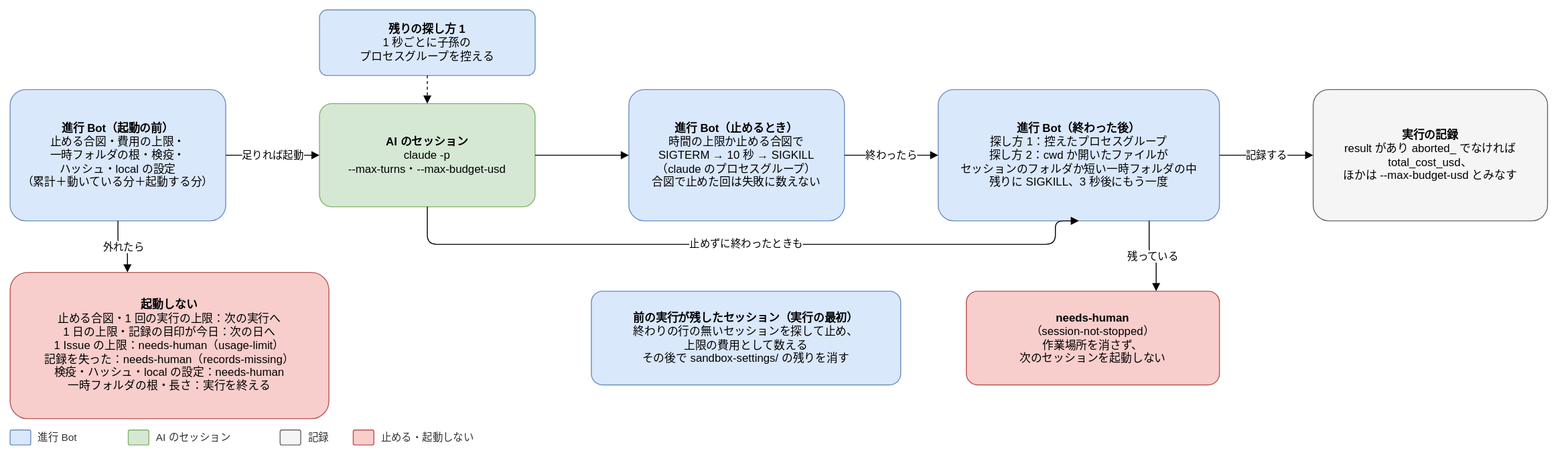
Joymerrevent/dev-autopilot keeps this draw.io diagram as docs/design/basic/diagrams/03-stop-and-usage.drawio.svg. Above is the earlier version. Source tidied: cells renumbered, new cells last; positions are measured from the earlier drawing's top-left corner, leaving out a move shared by most shapes.
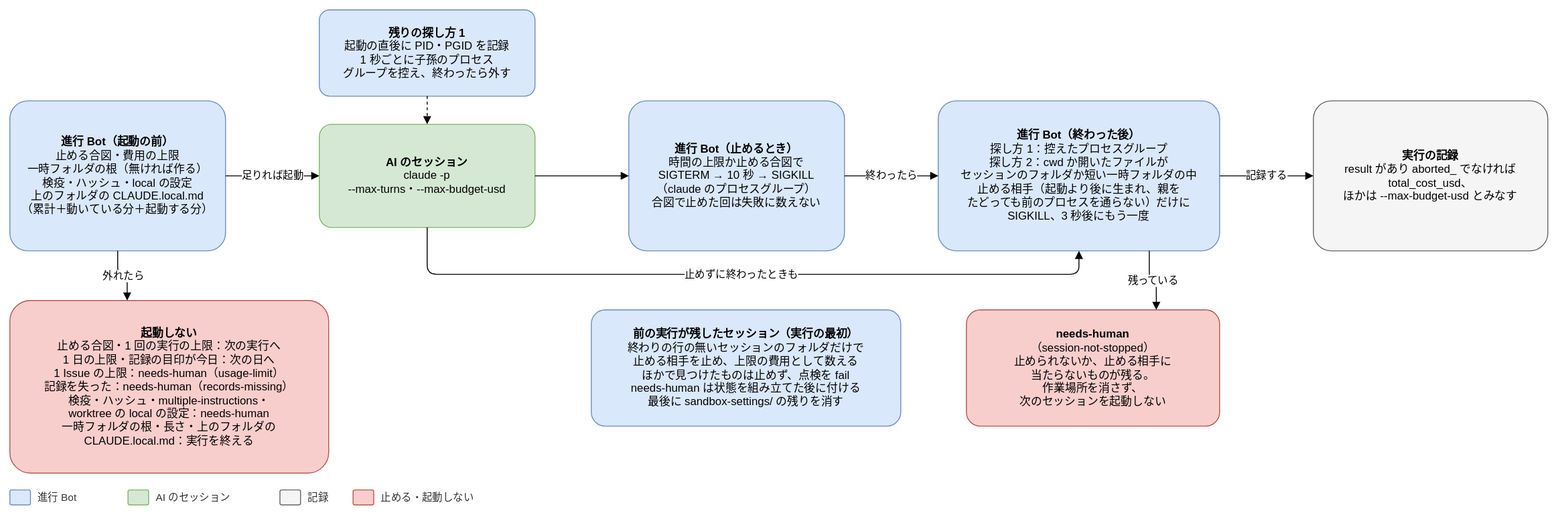
Later version of the same file.

What changed in the source:
```diff
@@ -2,29 +2,29 @@
   <root>
     <mxCell id="0" />
     <mxCell id="1" parent="0" />
-    <mxCell id="2" value="&lt;b&gt;進行 Bot（起動の前）&lt;/b&gt;&lt;br&gt;止める合図・費用の上限・&lt;br&gt;一時フォルダの根・検疫・&lt;br&gt;ハッシュ・local の設定&lt;br&gt;（累計＋動いている分＋起動する分）" style="rounded=1;whiteSpace=wrap;html=1;fontSize=12;arcSize=12;spacing=12;fillColor=#dae8fc;strokeColor=#6c8ebf;" parent="1" vertex="1">
-      <mxGeometry y="85" width="230" height="140" as="geometry" />
+    <mxCell id="2" value="&lt;b&gt;進行 Bot（起動の前）&lt;/b&gt;&lt;br&gt;止める合図・費用の上限&lt;br&gt;一時フォルダの根（無ければ作る）&lt;br&gt;検疫・ハッシュ・local の設定&lt;br&gt;上のフォルダの CLAUDE.local.md&lt;br&gt;（累計＋動いている分＋起動する分）" style="rounded=1;whiteSpace=wrap;html=1;fontSize=12;arcSize=12;spacing=12;fillColor=#dae8fc;strokeColor=#6c8ebf;" parent="1" vertex="1">
+      <mxGeometry y="97" width="230" height="160" as="geometry" />
     </mxCell>
     <mxCell id="3" value="&lt;b&gt;AI のセッション&lt;/b&gt;&lt;br&gt;claude -p&lt;br&gt;--max-turns・--max-budget-usd" style="rounded=1;whiteSpace=wrap;html=1;fontSize=12;arcSize=12;spacing=12;fillColor=#d5e8d4;strokeColor=#82b366;" parent="1" vertex="1">
-      <mxGeometry x="330" y="100" width="230" height="110" as="geometry" />
+      <mxGeometry x="330" y="122" width="230" height="110" as="geometry" />
     </mxCell>
     <mxCell id="4" value="足りれば起動" style="edgeStyle=orthogonalEdgeStyle;rounded=1;html=1;endArrow=block;endFill=1;fontSize=11;labelBackgroundColor=#ffffff;exitX=1;exitY=0.5;exitDx=0;exitDy=0;entryX=0;entryY=0.5;entryDx=0;entryDy=0;" parent="1" edge="1" source="2" target="3">
       <mxGeometry relative="1" as="geometry" />
     </mxCell>
-    <mxCell id="5" value="&lt;b&gt;残りの探し方 1&lt;/b&gt;&lt;br&gt;1 秒ごとに子孫の&lt;br&gt;プロセスグループを控える" style="rounded=1;whiteSpace=wrap;html=1;fontSize=12;arcSize=12;spacing=12;fillColor=#dae8fc;strokeColor=#6c8ebf;" parent="1" vertex="1">
-      <mxGeometry x="330" width="230" height="70" as="geometry" />
+    <mxCell id="5" value="&lt;b&gt;残りの探し方 1&lt;/b&gt;&lt;br&gt;起動の直後に PID・PGID を記録&lt;br&gt;1 秒ごとに子孫のプロセス&lt;br&gt;グループを控え、終わったら外す" style="rounded=1;whiteSpace=wrap;html=1;fontSize=12;arcSize=12;spacing=12;fillColor=#dae8fc;strokeColor=#6c8ebf;" parent="1" vertex="1">
+      <mxGeometry x="330" width="230" height="92" as="geometry" />
     </mxCell>
     <mxCell id="6" style="edgeStyle=orthogonalEdgeStyle;rounded=1;html=1;endArrow=block;endFill=1;fontSize=11;labelBackgroundColor=#ffffff;dashed=1;exitX=0.5;exitY=1;exitDx=0;exitDy=0;entryX=0.5;entryY=0;entryDx=0;entryDy=0;" parent="1" edge="1" source="5" target="3">
       <mxGeometry relative="1" as="geometry" />
     </mxCell>
     <mxCell id="7" value="&lt;b&gt;進行 Bot（止めるとき）&lt;/b&gt;&lt;br&gt;時間の上限か止める合図で&lt;br&gt;SIGTERM → 10 秒 → SIGKILL&lt;br&gt;（claude のプロセスグループ）&lt;br&gt;合図で止めた回は失敗に数えない" style="rounded=1;whiteSpace=wrap;html=1;fontSize=12;arcSize=12;spacing=12;fillColor=#dae8fc;strokeColor=#6c8ebf;" parent="1" vertex="1">
-      <mxGeometry x="660" y="85" width="230" height="140" as="geometry" />
+      <mxGeometry x="660" y="97" width="230" height="160" as="geometry" />
     </mxCell>
     <mxCell id="8" style="edgeStyle=orthogonalEdgeStyle;rounded=1;html=1;endArrow=block;endFill=1;fontSize=11;labelBackgroundColor=#ffffff;exitX=1;exitY=0.5;exitDx=0;exitDy=0;entryX=0;entryY=0.5;entryDx=0;entryDy=0;" parent="1" edge="1" source="3" target="7">
       <mxGeometry relative="1" as="geometry" />
     </mxCell>
-    <mxCell id="9" value="&lt;b&gt;進行 Bot（終わった後）&lt;/b&gt;&lt;br&gt;探し方 1：控えたプロセスグループ&lt;br&gt;探し方 2：cwd か開いたファイルが&lt;br&gt;セッションのフォルダか短い一時フォルダの中&lt;br&gt;残りに SIGKILL、3 秒後にもう一度" style="rounded=1;whiteSpace=wrap;html=1;fontSize=12;arcSize=12;spacing=12;fillColor=#dae8fc;strokeColor=#6c8ebf;" parent="1" vertex="1">
-      <mxGeometry x="990" y="85" width="300" height="140" as="geometry" />
+    <mxCell id="9" value="&lt;b&gt;進行 Bot（終わった後）&lt;/b&gt;&lt;br&gt;探し方 1：控えたプロセスグループ&lt;br&gt;探し方 2：cwd か開いたファイルが&lt;br&gt;セッションのフォルダか短い一時フォルダの中&lt;br&gt;止める相手（起動より後に生まれ、親を&lt;br&gt;たどっても前のプロセスを通らない）だけに&lt;br&gt;SIGKILL、3 秒後にもう一度" style="rounded=1;whiteSpace=wrap;html=1;fontSize=12;arcSize=12;spacing=12;fillColor=#dae8fc;strokeColor=#6c8ebf;" parent="1" vertex="1">
+      <mxGeometry x="990" y="97" width="300" height="160" as="geometry" />
     </mxCell>
     <mxCell id="10" value="終わったら" style="edgeStyle=orthogonalEdgeStyle;rounded=1;html=1;endArrow=block;endFill=1;fontSize=11;labelBackgroundColor=#ffffff;exitX=1;exitY=0.5;exitDx=0;exitDy=0;entryX=0;entryY=0.5;entryDx=0;entryDy=0;" parent="1" edge="1" source="7" target="9">
       <mxGeometry relative="1" as="geometry" />
@@ -32,55 +32,55 @@
     <mxCell id="11" value="止めずに終わったときも" style="edgeStyle=orthogonalEdgeStyle;rounded=1;html=1;endArrow=block;endFill=1;fontSize=11;labelBackgroundColor=#ffffff;exitX=0.5;exitY=1;exitDx=0;exitDy=0;entryX=0.5;entryY=1;entryDx=0;entryDy=0;" parent="1" edge="1" source="3" target="9">
       <mxGeometry relative="1" as="geometry">
         <Array as="points">
-          <mxPoint x="445" y="250" />
-          <mxPoint x="1115" y="250" />
+          <mxPoint x="445" y="282" />
+          <mxPoint x="1140" y="282" />
         </Array>
       </mxGeometry>
     </mxCell>
     <mxCell id="12" value="&lt;b&gt;実行の記録&lt;/b&gt;&lt;br&gt;result があり aborted_ でなければ&lt;br&gt;total_cost_usd、&lt;br&gt;ほかは --max-budget-usd とみなす" style="rounded=1;whiteSpace=wrap;html=1;fontSize=12;arcSize=12;spacing=12;fillColor=#f5f5f5;strokeColor=#666666;" parent="1" vertex="1">
-      <mxGeometry x="1390" y="85" width="250" height="140" as="geometry" />
+      <mxGeometry x="1390" y="97" width="250" height="160" as="geometry" />
     </mxCell>
     <mxCell id="13" value="記録する" style="edgeStyle=orthogonalEdgeStyle;rounded=1;html=1;endArrow=block;endFill=1;fontSize=11;labelBackgroundColor=#ffffff;exitX=1;exitY=0.5;exitDx=0;exitDy=0;entryX=0;entryY=0.5;entryDx=0;entryDy=0;" parent="1" edge="1" source="9" target="12">
       <mxGeometry relative="1" as="geometry" />
     </mxCell>
-    <mxCell id="14" value="&lt;b&gt;needs-human&lt;/b&gt;&lt;br&gt;（session-not-stopped）&lt;br&gt;作業場所を消さず、&lt;br&gt;次のセッションを起動しない" style="rounded=1;whiteSpace=wrap;html=1;fontSize=12;arcSize=12;spacing=12;fillColor=#f8cecc;strokeColor=#b85450;" parent="1" vertex="1">
-      <mxGeometry x="1020" y="300" width="270" height="100" as="geometry" />
+    <mxCell id="14" value="&lt;b&gt;needs-human&lt;/b&gt;&lt;br&gt;（session-not-stopped）&lt;br&gt;止められないか、止める相手に&lt;br&gt;当たらないものが残る。&lt;br&gt;作業場所を消さず、&lt;br&gt;次のセッションを起動しない" style="rounded=1;whiteSpace=wrap;html=1;fontSize=12;arcSize=12;spacing=12;fillColor=#f8cecc;strokeColor=#b85450;" parent="1" vertex="1">
+      <mxGeometry x="1020" y="320" width="270" height="124" as="geometry" />
     </mxCell>
     <mxCell id="15" value="残っている" style="edgeStyle=orthogonalEdgeStyle;rounded=1;html=1;endArrow=block;endFill=1;fontSize=11;labelBackgroundColor=#ffffff;exitX=0.75;exitY=1;exitDx=0;exitDy=0;entryX=0.75;entryY=0;entryDx=0;entryDy=0;" parent="1" edge="1" source="9" target="14">
       <mxGeometry relative="1" as="geometry" />
     </mxCell>
-    <mxCell id="16" value="&lt;b&gt;起動しない&lt;/b&gt;&lt;br&gt;止める合図・1 回の実行の上限：次の実行へ&lt;br&gt;1 日の上限・記録の目印が今日：次の日へ&lt;br&gt;1 Issue の上限：needs-human（usage-limit）&lt;br&gt;記録を失った：needs-human（records-missing）&lt;br&gt;検疫・ハッシュ・local の設定：needs-human&lt;br&gt;一時フォルダの根・長さ：実行を終える" style="rounded=1;whiteSpace=wrap;html=1;fontSize=12;arcSize=12;spacing=12;fillColor=#f8cecc;strokeColor=#b85450;" parent="1" vertex="1">
-      <mxGeometry y="280" width="340" height="156" as="geometry" />
+    <mxCell id="16" value="&lt;b&gt;起動しない&lt;/b&gt;&lt;br&gt;止める合図・1 回の実行の上限：次の実行へ&lt;br&gt;1 日の上限・記録の目印が今日：次の日へ&lt;br&gt;1 Issue の上限：needs-human（usage-limit）&lt;br&gt;記録を失った：needs-human（records-missing）&lt;br&gt;検疫・ハッシュ・multiple-instructions・&lt;br&gt;worktree の local の設定：needs-human&lt;br&gt;一時フォルダの根・長さ・上のフォルダの&lt;br&gt;CLAUDE.local.md：実行を終える" style="rounded=1;whiteSpace=wrap;html=1;fontSize=12;arcSize=12;spacing=12;fillColor=#f8cecc;strokeColor=#b85450;" parent="1" vertex="1">
+      <mxGeometry y="310" width="340" height="184" as="geometry" />
     </mxCell>
     <mxCell id="17" value="外れたら" style="edgeStyle=orthogonalEdgeStyle;rounded=1;html=1;endArrow=block;endFill=1;fontSize=11;labelBackgroundColor=#ffffff;exitX=0.5;exitY=1;exitDx=0;exitDy=0;entryX=0.368;entryY=0;entryDx=0;entryDy=0;" parent="1" edge="1" source="2" target="16">
       <mxGeometry relative="1" as="geometry" />
     </mxCell>
     <mxCell id="18" style="rounded=1;whiteSpace=wrap;html=1;fontSize=12;arcSize=12;spacing=12;fillColor=#dae8fc;strokeColor=#6c8ebf;" parent="1" vertex="1">
-      <mxGeometry y="448" width="22" height="16" as="geometry" />
+      <mxGeometry y="512" width="22" height="16" as="geometry" />
     </mxCell>
     <mxCell id="19" value="進行 Bot" style="text;html=1;align=left;verticalAlign=middle;fontSize=11;fontColor=#333333;" parent="1" vertex="1">
-      <mxGeometry x="28" y="446" width="82" height="20" as="geometry" />
+      <mxGeometry x="28" y="510" width="82" height="20" as="geometry" />
     </mxCell>
     <mxCell id="20" style="rounded=1;whiteSpace=wrap;html=1;fontSize=12;arcSize=12;spacing=12;fillColor=#d5e8d4;strokeColor=#82b366;" parent="1" vertex="1">
-      <mxGeometry x="126" y="448" width="22" height="16" as="geometry" />
+      <mxGeometry x="126" y="512" width="22" height="16" as="geometry" />
     </mxCell>
     <mxCell id="21" value="AI のセッション" style="text;html=1;align=left;verticalAlign=middle;fontSize=11;fontColor=#333333;" parent="1" vertex="1">
-      <mxGeometry x="154" y="446" width="118" height="20" as="geometry" />
+      <mxGeometry x="154" y="510" width="118" height="20" as="geometry" />
     </mxCell>
     <mxCell id="22" style="rounded=1;whiteSpace=wrap;html=1;fontSize=12;arcSize=12;spacing=12;fillColor=#f5f5f5;strokeColor=#666666;" parent="1" vertex="1">
-      <mxGeometry x="288" y="448" width="22" height="16" as="geometry" />
+      <mxGeometry x="288" y="512" width="22" height="16" as="geometry" />
     </mxCell>
     <mxCell id="23" value="記録" style="text;html=1;align=left;verticalAlign=middle;fontSize=11;fontColor=#333333;" parent="1" vertex="1">
-      <mxGeometry x="316" y="446" width="34" height="20" as="geometry" />
+      <mxGeometry x="316" y="510" width="34" height="20" as="geometry" />
     </mxCell>
     <mxCell id="24" style="rounded=1;whiteSpace=wrap;html=1;fontSize=12;arcSize=12;spacing=12;fillColor=#f8cecc;strokeColor=#b85450;" parent="1" vertex="1">
-      <mxGeometry x="366" y="448" width="22" height="16" as="geometry" />
+      <mxGeometry x="366" y="512" width="22" height="16" as="geometry" />
     </mxCell>
     <mxCell id="25" value="止める・起動しない" style="text;html=1;align=left;verticalAlign=middle;fontSize=11;fontColor=#333333;" parent="1" vertex="1">
-      <mxGeometry x="394" y="446" width="118" height="20" as="geometry" />
+      <mxGeometry x="394" y="510" width="118" height="20" as="geometry" />
     </mxCell>
-    <mxCell id="26" value="&lt;b&gt;前の実行が残したセッション（実行の最初）&lt;/b&gt;&lt;br&gt;終わりの行の無いセッションを探して止め、&lt;br&gt;上限の費用として数える&lt;br&gt;その後で sandbox-settings/ の残りを消す" style="rounded=1;whiteSpace=wrap;html=1;fontSize=12;arcSize=12;spacing=12;fillColor=#dae8fc;strokeColor=#6c8ebf;" parent="1" vertex="1">
-      <mxGeometry x="620" y="300" width="330" height="100" as="geometry" />
+    <mxCell id="26" value="&lt;b&gt;前の実行が残したセッション（実行の最初）&lt;/b&gt;&lt;br&gt;終わりの行の無いセッションのフォルダだけで&lt;br&gt;止める相手を止め、上限の費用として数える&lt;br&gt;ほかで見つけたものは止めず、点検を fail&lt;br&gt;needs-human は状態を組み立てた後に付ける&lt;br&gt;最後に sandbox-settings/ の残りを消す" style="rounded=1;whiteSpace=wrap;html=1;fontSize=12;arcSize=12;spacing=12;fillColor=#dae8fc;strokeColor=#6c8ebf;" parent="1" vertex="1">
+      <mxGeometry x="620" y="320" width="330" height="124" as="geometry" />
     </mxCell>
   </root>
 </mxGraphModel>
```
